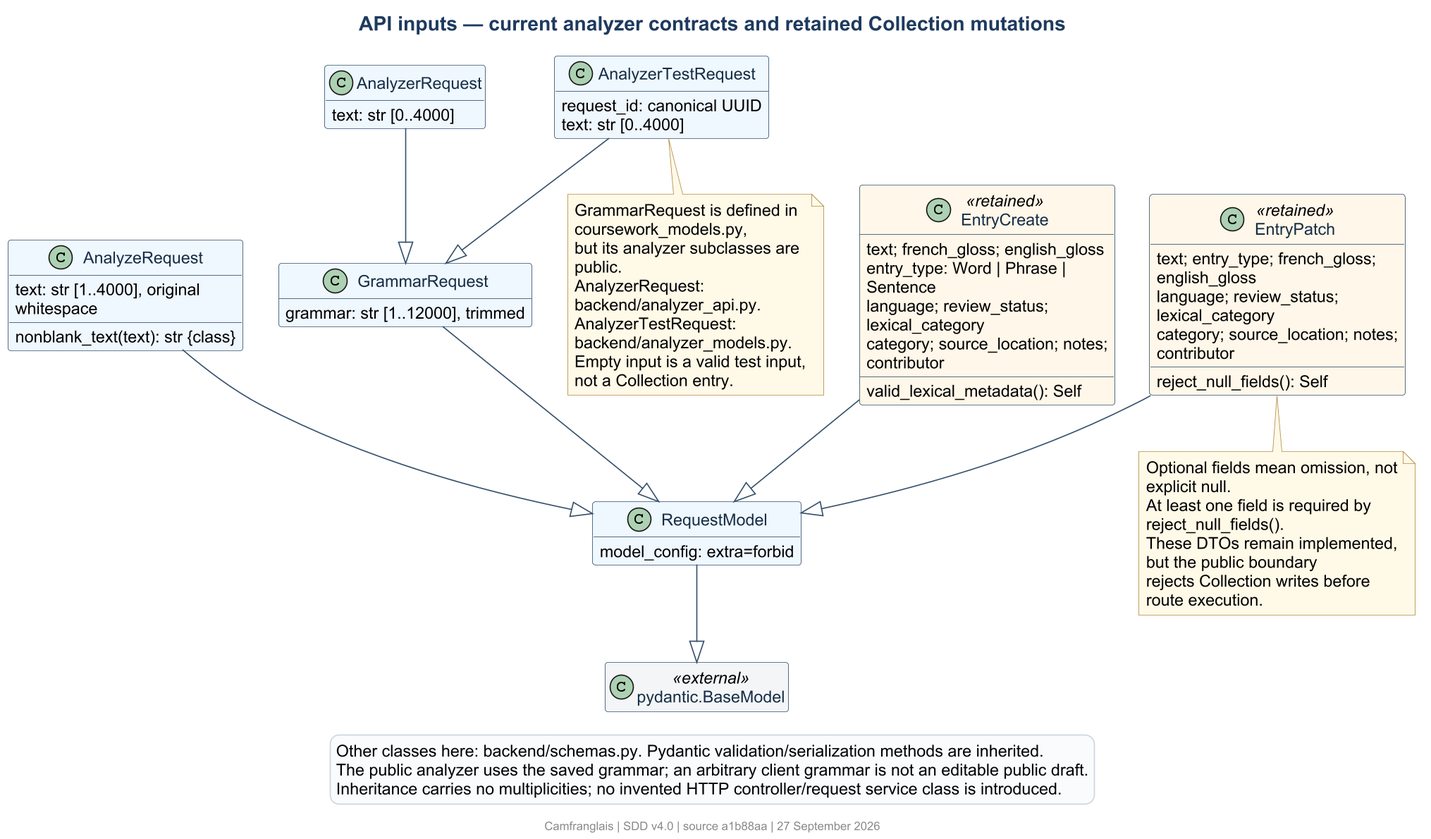
The PlantUML diagram docs/diagrams/class-api-requests.png in Suraku237/francanglaiscompiler, before a commit.
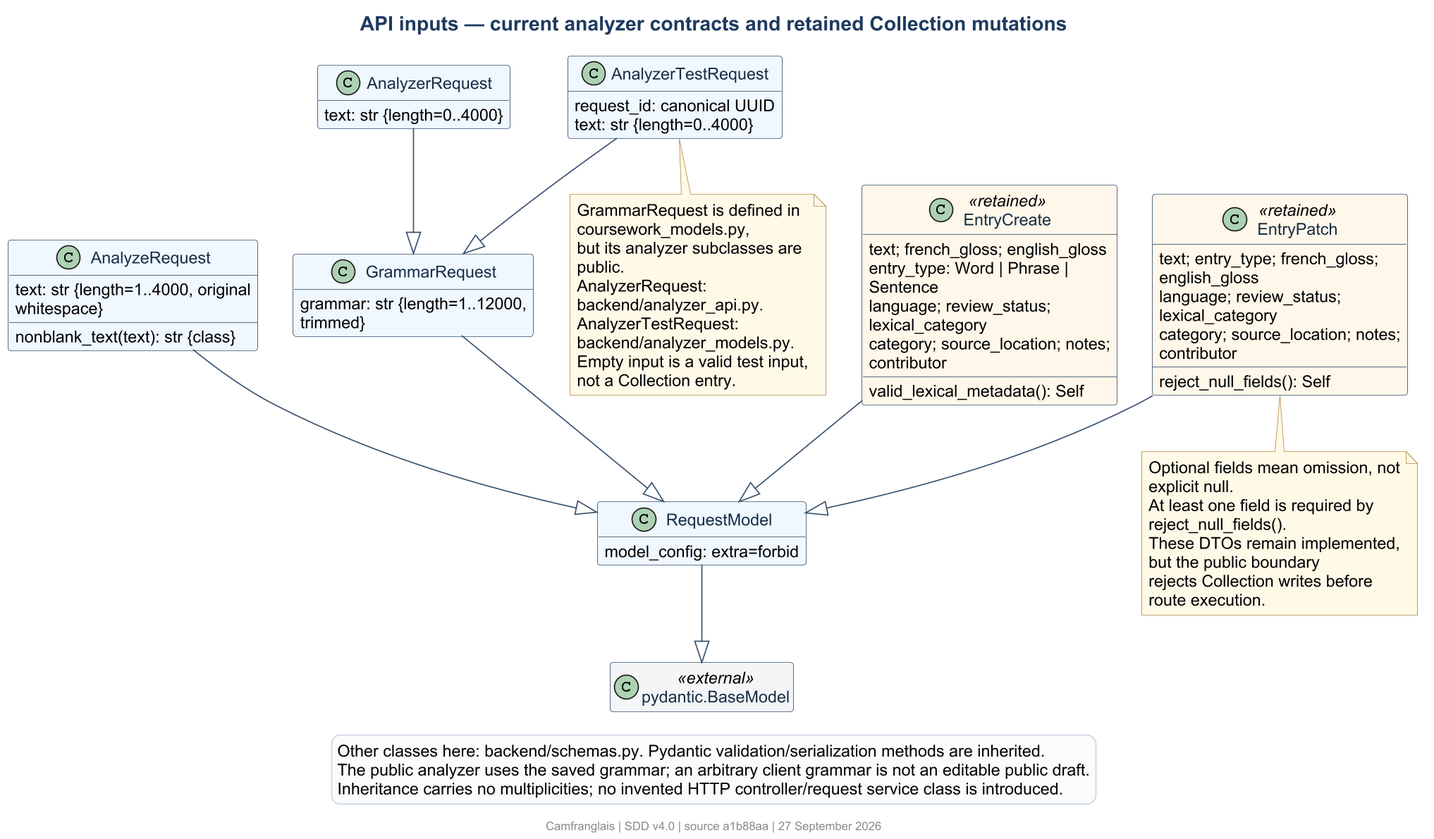
The same file after the commit.

Change to the diagram source:
```diff
@@ -7,18 +7,18 @@
   model_config: extra=forbid
 }
 class AnalyzeRequest {
-  text: str [1..4000], original whitespace
+  text: str {length=1..4000, original whitespace}
   nonblank_text(text): str {class}
 }
 class GrammarRequest {
-  grammar: str [1..12000], trimmed
+  grammar: str {length=1..12000, trimmed}
 }
 class AnalyzerRequest {
-  text: str [0..4000]
+  text: str {length=0..4000}
 }
 class AnalyzerTestRequest {
   request_id: canonical UUID
-  text: str [0..4000]
+  text: str {length=0..4000}
 }
 class EntryCreate <<retained>> {
   text; french_gloss; english_gloss
```
